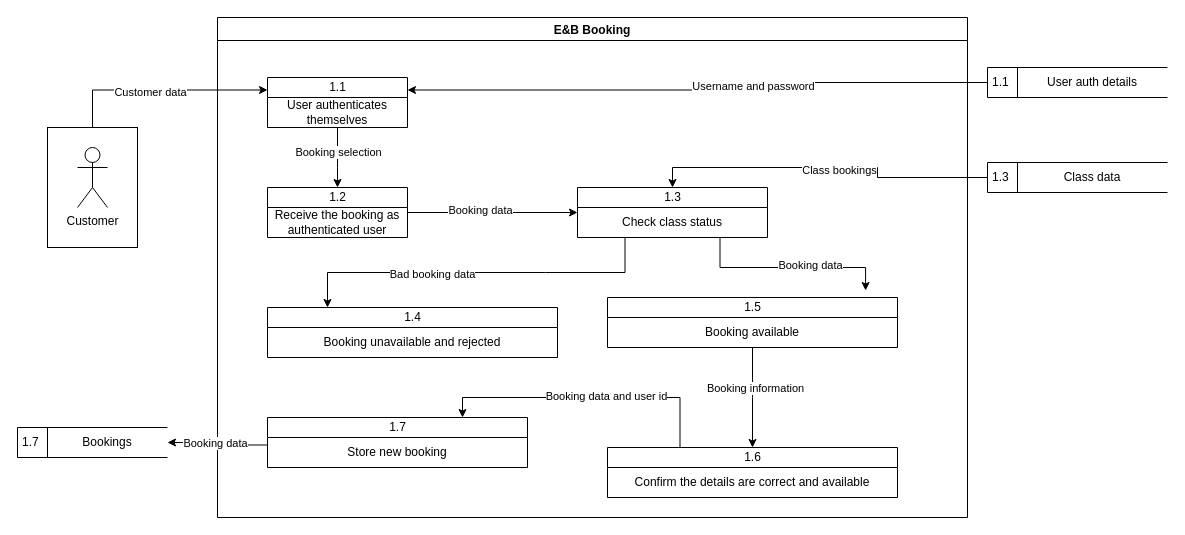
Earlier version of the draw.io diagram dfdda.drawio.xml (WillTheDeveloper/drawio). Source tidied: cells renumbered, new cells numbered last; positions are measured from the earlier drawing's top-left corner, leaving out a move shared by most shapes. Both pictures are drawn from the tidied source at 100%, with x=0, y=0 at pixel (17, 17).
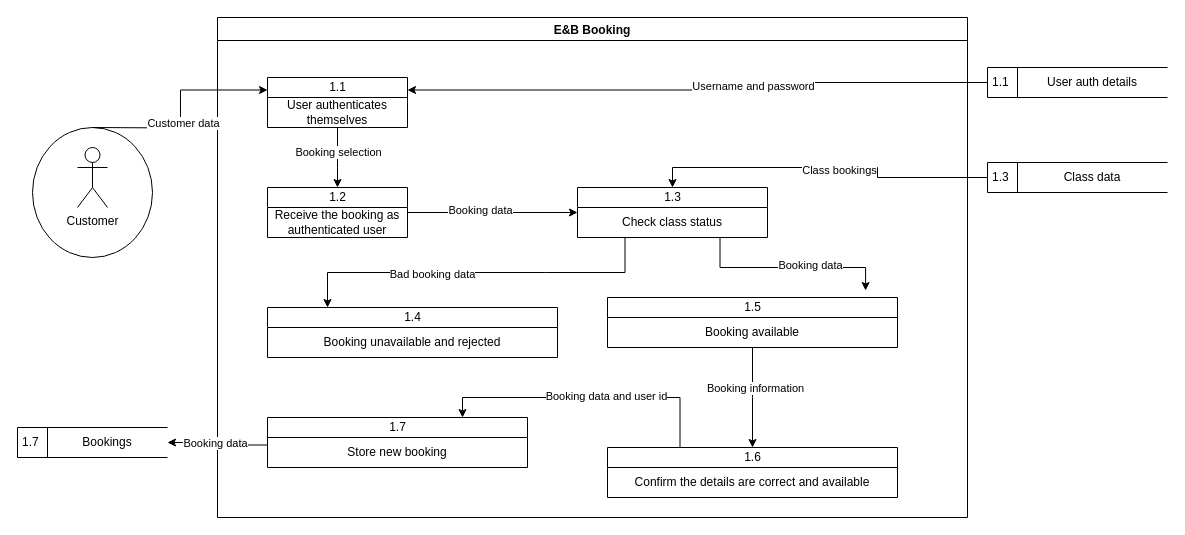
After the change.

The change refers to these unchanged cells:
```xml
<mxCell id="3" value="1.1" style="swimlane;fontStyle=0;horizontal=1;startSize=20;fillColor=#ffffff;swimlaneFillColor=#ffffff;html=1;" parent="2" vertex="1">
  <mxGeometry x="50" y="60" width="140" height="50" as="geometry" />
</mxCell>
```

The edit, as a diff of the source:
```diff
@@
+    <mxCell id="45" style="ellipse;whiteSpace=wrap;html=1;" parent="1" vertex="1">
+      <mxGeometry x="15" y="110" width="120" height="130" as="geometry" />
+    </mxCell>
@@
-    <mxCell id="29" style="edgeStyle=orthogonalEdgeStyle;rounded=0;jettySize=auto;html=1;exitX=0.5;exitY=0;exitDx=0;exitDy=0;entryX=0;entryY=0.25;entryDx=0;entryDy=0;" parent="1" edge="1" source="31" target="3">
-      <mxGeometry relative="1" as="geometry" />
+    <mxCell id="29" style="edgeStyle=orthogonalEdgeStyle;rounded=0;jettySize=auto;html=1;exitX=0.5;exitY=0;exitDx=0;exitDy=0;entryX=0;entryY=0.25;entryDx=0;entryDy=0;" parent="1" edge="1" target="3">
+      <mxGeometry relative="1" as="geometry">
+        <mxPoint x="75" y="110" as="sourcePoint" />
+      </mxGeometry>
     </mxCell>
@@
-    <mxCell id="31" style="rounded=0;whiteSpace=wrap;html=1;" parent="1" vertex="1">
-      <mxGeometry x="30" y="110" width="90" height="120" as="geometry" />
-    </mxCell>
```
